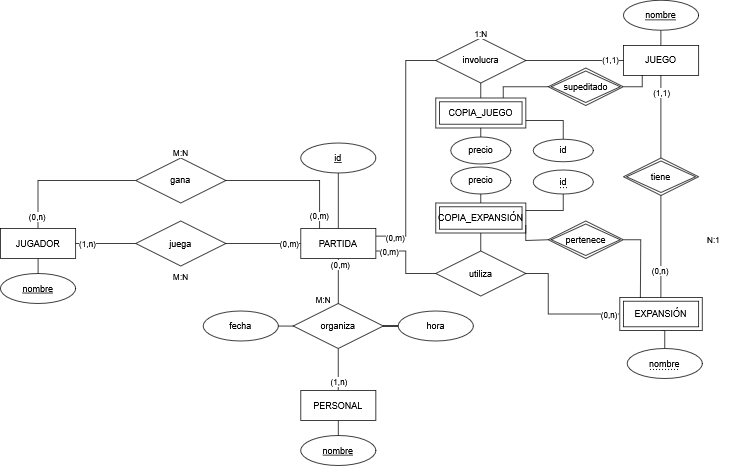
Before: E-R.png, a diagram exported from draw.io (miguel-mxrxrx04/BBDD_MJA). Source tidied: cells renumbered, new cells last; positions are measured from the earlier drawing's top-left corner, leaving out a move shared by most shapes.
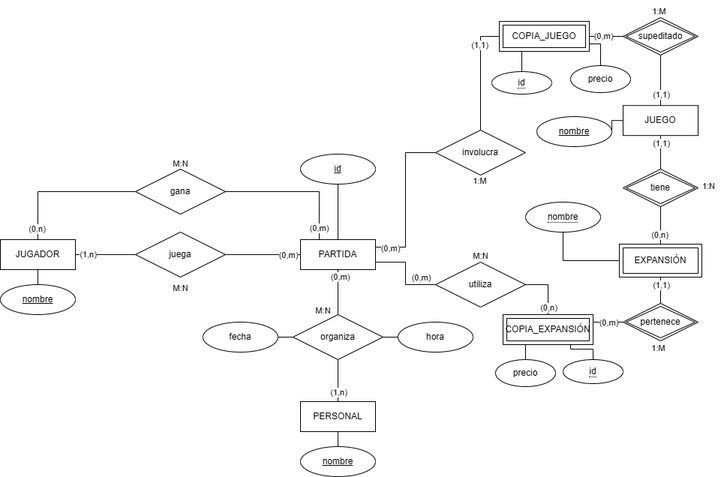
After the change.

What changed in the source:
```diff
@@ -41,7 +41,7 @@
     </mxCell>
     <mxCell id="12" value="(0,m)" style="edgeLabel;html=1;align=center;verticalAlign=middle;fontFamily=Helvetica;fontSize=11;fontColor=default;labelBackgroundColor=default;" parent="11" vertex="1">
       <mxGeometry x="-0.79" relative="1" as="geometry">
-        <mxPoint x="6" as="offset" />
+        <mxPoint x="49" y="20" as="offset" />
       </mxGeometry>
     </mxCell>
     <mxCell id="13" style="edgeStyle=orthogonalEdgeStyle;shape=connector;rounded=0;jettySize=auto;html=1;exitX=1;exitY=0.25;exitDx=0;exitDy=0;entryX=0;entryY=0.5;entryDx=0;entryDy=0;strokeColor=default;align=center;verticalAlign=middle;fontFamily=Helvetica;fontSize=11;fontColor=default;labelBackgroundColor=default;endArrow=none;" parent="1" edge="1" source="15" target="28">
@@ -85,20 +85,17 @@
     <mxCell id="23" value="PERSONAL" style="whiteSpace=wrap;html=1;align=center;" parent="1" vertex="1">
       <mxGeometry x="400" y="520" width="100" height="40" as="geometry" />
     </mxCell>
-    <mxCell id="24" style="edgeStyle=orthogonalEdgeStyle;rounded=0;jettySize=auto;html=1;exitX=0.5;exitY=0;exitDx=0;exitDy=0;entryX=0.5;entryY=1;entryDx=0;entryDy=0;endArrow=none;startFill=0;" parent="1" edge="1" source="25" target="37">
+    <mxCell id="24" style="edgeStyle=orthogonalEdgeStyle;rounded=0;jettySize=auto;html=1;exitX=0;exitY=0.5;exitDx=0;exitDy=0;entryX=1;entryY=0.5;entryDx=0;entryDy=0;endArrow=none;startFill=0;" parent="1" edge="1" source="25" target="37">
       <mxGeometry relative="1" as="geometry" />
     </mxCell>
+    <mxCell id="76" style="edgeStyle=orthogonalEdgeStyle;rounded=0;jettySize=auto;html=1;endArrow=none;startFill=0;" parent="1" edge="1" source="25" target="35">
+      <mxGeometry relative="1" as="geometry" />
+    </mxCell>
     <mxCell id="25" value="JUEGO" style="whiteSpace=wrap;html=1;align=center;" parent="1" vertex="1">
-      <mxGeometry x="830" y="60" width="100" height="40" as="geometry" />
+      <mxGeometry x="830" y="125.2" width="100" height="40" as="geometry" />
     </mxCell>
-    <mxCell id="26" style="edgeStyle=orthogonalEdgeStyle;rounded=0;jettySize=auto;html=1;exitX=1;exitY=0.5;exitDx=0;exitDy=0;entryX=0;entryY=0.5;entryDx=0;entryDy=0;endArrow=none;startFill=0;" parent="1" edge="1" source="28" target="25">
-      <mxGeometry relative="1" as="geometry" />
-    </mxCell>
-    <mxCell id="27" value="(1,1)" style="edgeLabel;html=1;align=center;verticalAlign=middle;fontFamily=Helvetica;fontSize=11;fontColor=default;labelBackgroundColor=default;" parent="26" vertex="1">
-      <mxGeometry x="0.72" y="1" relative="1" as="geometry" />
-    </mxCell>
     <mxCell id="28" value="involucra" style="shape=rhombus;perimeter=rhombusPerimeter;whiteSpace=wrap;html=1;align=center;" parent="1" vertex="1">
-      <mxGeometry x="580" y="50" width="120" height="60" as="geometry" />
+      <mxGeometry x="580" y="158" width="120" height="60" as="geometry" />
     </mxCell>
     <mxCell id="29" style="edgeStyle=orthogonalEdgeStyle;rounded=0;jettySize=auto;html=1;endArrow=none;startFill=0;" parent="1" edge="1" source="32" target="35">
       <mxGeometry relative="1" as="geometry" />
@@ -106,11 +103,11 @@
     <mxCell id="30" value="(0,n)" style="edgeLabel;html=1;align=center;verticalAlign=middle;fontFamily=Helvetica;fontSize=11;fontColor=default;labelBackgroundColor=default;" parent="29" vertex="1">
       <mxGeometry x="-0.48" y="2" relative="1" as="geometry" />
     </mxCell>
-    <mxCell id="31" style="edgeStyle=orthogonalEdgeStyle;rounded=0;jettySize=auto;html=1;exitX=0.5;exitY=1;exitDx=0;exitDy=0;entryX=0.5;entryY=0;entryDx=0;entryDy=0;endArrow=none;startFill=0;" parent="1" edge="1" source="32" target="39">
+    <mxCell id="31" style="edgeStyle=orthogonalEdgeStyle;rounded=0;jettySize=auto;html=1;exitX=0;exitY=0.5;exitDx=0;exitDy=0;entryX=0.5;entryY=1;entryDx=0;entryDy=0;endArrow=none;startFill=0;" parent="1" edge="1" source="32" target="39">
       <mxGeometry relative="1" as="geometry" />
     </mxCell>
     <mxCell id="32" value="EXPANSIÓN" style="shape=ext;margin=3;double=1;whiteSpace=wrap;html=1;align=center;" parent="1" vertex="1">
-      <mxGeometry x="825" y="396" width="110" height="44" as="geometry" />
+      <mxGeometry x="825" y="310" width="110" height="44" as="geometry" />
     </mxCell>
     <mxCell id="33" style="edgeStyle=orthogonalEdgeStyle;rounded=0;jettySize=auto;html=1;exitX=0.5;exitY=0;exitDx=0;exitDy=0;entryX=0.5;entryY=1;entryDx=0;entryDy=0;endArrow=none;startFill=0;" parent="1" edge="1" source="35" target="25">
       <mxGeometry relative="1" as="geometry" />
@@ -127,13 +124,13 @@
       <mxGeometry y="364" width="100" height="40" as="geometry" />
     </mxCell>
     <mxCell id="37" value="nombre" style="ellipse;whiteSpace=wrap;html=1;align=center;fontStyle=4;" parent="1" vertex="1">
-      <mxGeometry x="830" width="100" height="40" as="geometry" />
+      <mxGeometry x="715" y="140" width="100" height="40" as="geometry" />
     </mxCell>
     <mxCell id="38" value="nombre" style="ellipse;whiteSpace=wrap;html=1;align=center;fontStyle=4;" parent="1" vertex="1">
       <mxGeometry x="400" y="580" width="100" height="40" as="geometry" />
     </mxCell>
     <mxCell id="39" value="&lt;span style=&quot;border-bottom: 1px dotted&quot;&gt;nombre&lt;/span&gt;" style="ellipse;whiteSpace=wrap;html=1;align=center;" parent="1" vertex="1">
-      <mxGeometry x="835" y="464" width="100" height="40" as="geometry" />
+      <mxGeometry x="700" y="254" width="100" height="40" as="geometry" />
     </mxCell>
     <mxCell id="40" value="fecha" style="ellipse;whiteSpace=wrap;html=1;align=center;" parent="1" vertex="1">
       <mxGeometry x="270" y="414" width="100" height="40" as="geometry" />
@@ -163,19 +160,6 @@
         <mxPoint x="-412" y="-75" as="offset" />
       </mxGeometry>
     </mxCell>
-    <mxCell id="48" style="edgeStyle=orthogonalEdgeStyle;shape=connector;rounded=0;jettySize=auto;html=1;exitX=1;exitY=0.5;exitDx=0;exitDy=0;entryX=0;entryY=0.5;entryDx=0;entryDy=0;strokeColor=default;align=center;verticalAlign=middle;fontFamily=Helvetica;fontSize=11;fontColor=default;labelBackgroundColor=default;endArrow=none;" parent="1" edge="1" source="50" target="32">
-      <mxGeometry relative="1" as="geometry">
-        <Array as="points">
-          <mxPoint x="730" y="364" />
-          <mxPoint x="730" y="418" />
-        </Array>
-      </mxGeometry>
-    </mxCell>
-    <mxCell id="49" value="(0,n)" style="edgeLabel;html=1;align=center;verticalAlign=middle;fontFamily=Helvetica;fontSize=11;fontColor=default;labelBackgroundColor=default;" parent="48" vertex="1">
-      <mxGeometry x="0.76" y="2" relative="1" as="geometry">
-        <mxPoint x="6" y="2" as="offset" />
-      </mxGeometry>
-    </mxCell>
     <mxCell id="50" value="utiliza" style="shape=rhombus;perimeter=rhombusPerimeter;whiteSpace=wrap;html=1;align=center;" parent="1" vertex="1">
       <mxGeometry x="580" y="334" width="120" height="60" as="geometry" />
     </mxCell>
@@ -195,92 +179,108 @@
         <mxPoint x="-126" y="15" as="offset" />
       </mxGeometry>
     </mxCell>
-    <mxCell id="55" value="1:N" style="text;html=1;align=center;verticalAlign=middle;strokeColor=none;fillColor=none;fontFamily=Helvetica;fontSize=11;fontColor=default;labelBackgroundColor=default;" parent="1" vertex="1">
-      <mxGeometry x="620" y="30" width="40" height="30" as="geometry" />
-    </mxCell>
-    <mxCell id="56" value="N:1" style="text;html=1;align=center;verticalAlign=middle;strokeColor=none;fillColor=none;fontFamily=Helvetica;fontSize=11;fontColor=default;labelBackgroundColor=default;" parent="1" vertex="1">
-      <mxGeometry x="930" y="304" width="40" height="30" as="geometry" />
-    </mxCell>
     <mxCell id="57" value="M:N" style="text;html=1;align=center;verticalAlign=middle;strokeColor=none;fillColor=none;fontFamily=Helvetica;fontSize=11;fontColor=default;labelBackgroundColor=default;" parent="1" vertex="1">
       <mxGeometry x="220" y="354" width="40" height="30" as="geometry" />
     </mxCell>
     <mxCell id="58" value="COPIA_JUEGO" style="shape=ext;margin=3;double=1;whiteSpace=wrap;html=1;align=center;" parent="1" vertex="1">
-      <mxGeometry x="580" y="130" width="120" height="40" as="geometry" />
+      <mxGeometry x="665" y="13" width="120" height="40" as="geometry" />
     </mxCell>
     <mxCell id="59" value="COPIA_EXPANSIÓN" style="shape=ext;margin=3;double=1;whiteSpace=wrap;html=1;align=center;" parent="1" vertex="1">
-      <mxGeometry x="580" y="270" width="120" height="40" as="geometry" />
+      <mxGeometry x="670" y="404" width="120" height="40" as="geometry" />
     </mxCell>
     <mxCell id="60" value="precio" style="ellipse;whiteSpace=wrap;html=1;align=center;" parent="1" vertex="1">
-      <mxGeometry x="600" y="222" width="80" height="36" as="geometry" />
+      <mxGeometry x="660" y="464" width="80" height="36" as="geometry" />
     </mxCell>
-    <mxCell id="61" style="edgeStyle=orthogonalEdgeStyle;rounded=0;jettySize=auto;html=1;endArrow=none;startFill=0;entryX=0.5;entryY=1;entryDx=0;entryDy=0;exitX=0.5;exitY=0;exitDx=0;exitDy=0;" parent="1" edge="1" source="50" target="59">
+    <mxCell id="61" style="edgeStyle=orthogonalEdgeStyle;rounded=0;jettySize=auto;html=1;endArrow=none;startFill=0;entryX=0.5;entryY=0;entryDx=0;entryDy=0;exitX=1;exitY=0.5;exitDx=0;exitDy=0;" parent="1" edge="1" source="50" target="59">
       <mxGeometry relative="1" as="geometry" />
     </mxCell>
-    <mxCell id="62" style="edgeStyle=orthogonalEdgeStyle;rounded=0;jettySize=auto;html=1;endArrow=none;startFill=0;entryX=0.5;entryY=1;entryDx=0;entryDy=0;exitX=0.5;exitY=0;exitDx=0;exitDy=0;" parent="1" edge="1" source="58" target="28">
+    <mxCell id="62" style="edgeStyle=orthogonalEdgeStyle;rounded=0;jettySize=auto;html=1;endArrow=none;startFill=0;entryX=0.5;entryY=0;entryDx=0;entryDy=0;exitX=0;exitY=0.5;exitDx=0;exitDy=0;" parent="1" edge="1" source="58" target="28">
       <mxGeometry relative="1" as="geometry" />
     </mxCell>
     <mxCell id="63" value="&lt;span style=&quot;border-bottom: 1px dotted&quot;&gt;id&lt;/span&gt;" style="ellipse;whiteSpace=wrap;html=1;align=center;" parent="1" vertex="1">
-      <mxGeometry x="710" y="185" width="80" height="30" as="geometry" />
+      <mxGeometry x="655" y="80" width="80" height="30" as="geometry" />
     </mxCell>
     <mxCell id="64" value="&lt;span style=&quot;border-bottom: 1px dotted&quot;&gt;id&lt;/span&gt;" style="ellipse;whiteSpace=wrap;html=1;align=center;" parent="1" vertex="1">
-      <mxGeometry x="710" y="226" width="80" height="32" as="geometry" />
+      <mxGeometry x="750" y="464" width="80" height="32" as="geometry" />
     </mxCell>
     <mxCell id="65" value="precio" style="ellipse;whiteSpace=wrap;html=1;align=center;" parent="1" vertex="1">
-      <mxGeometry x="600" y="182" width="80" height="36" as="geometry" />
+      <mxGeometry x="760" y="72" width="80" height="36" as="geometry" />
     </mxCell>
-    <mxCell id="66" style="endArrow=none;html=1;rounded=0;entryX=1;entryY=0.75;entryDx=0;entryDy=0;exitX=0.5;exitY=0;exitDx=0;exitDy=0;" parent="1" edge="1" source="63" target="58">
-      <mxGeometry relative="1" as="geometry">
-        <Array as="points">
-          <mxPoint x="750" y="160" />
-        </Array>
-      </mxGeometry>
+    <mxCell id="66" style="endArrow=none;html=1;rounded=0;entryX=0.25;entryY=1;entryDx=0;entryDy=0;exitX=0.5;exitY=0;exitDx=0;exitDy=0;" parent="1" edge="1" source="63" target="58">
+      <mxGeometry relative="1" as="geometry" />
     </mxCell>
-    <mxCell id="67" style="endArrow=none;html=1;rounded=0;entryX=0.5;entryY=1;entryDx=0;entryDy=0;exitX=0.5;exitY=0;exitDx=0;exitDy=0;" parent="1" edge="1" source="65" target="58">
-      <mxGeometry relative="1" as="geometry" />
+    <mxCell id="67" style="endArrow=none;html=1;rounded=0;exitX=0.5;exitY=0;exitDx=0;exitDy=0;entryX=1;entryY=0.75;entryDx=0;entryDy=0;" parent="1" edge="1" source="65" target="58">
+      <mxGeometry relative="1" as="geometry">
+        <Array as="points">
+          <mxPoint x="800" y="43" />
+        </Array>
+      </mxGeometry>
     </mxCell>
-    <mxCell id="68" style="endArrow=none;html=1;rounded=0;exitX=0.5;exitY=0;exitDx=0;exitDy=0;entryX=0.5;entryY=1;entryDx=0;entryDy=0;" parent="1" edge="1" source="59" target="60">
+    <mxCell id="68" style="endArrow=none;html=1;rounded=0;exitX=0.25;exitY=1;exitDx=0;exitDy=0;entryX=0.5;entryY=0;entryDx=0;entryDy=0;" parent="1" edge="1" source="59" target="60">
       <mxGeometry relative="1" as="geometry" />
     </mxCell>
-    <mxCell id="69" style="endArrow=none;html=1;rounded=0;entryX=0.5;entryY=1;entryDx=0;entryDy=0;exitX=1;exitY=0.25;exitDx=0;exitDy=0;" parent="1" edge="1" source="59" target="64">
+    <mxCell id="69" style="endArrow=none;html=1;rounded=0;entryX=0.5;entryY=0;entryDx=0;entryDy=0;exitX=0.75;exitY=1;exitDx=0;exitDy=0;" parent="1" edge="1" source="59" target="64">
       <mxGeometry relative="1" as="geometry">
         <Array as="points">
-          <mxPoint x="750" y="280" />
+          <mxPoint x="760" y="450" />
+          <mxPoint x="790" y="450" />
         </Array>
       </mxGeometry>
     </mxCell>
     <mxCell id="70" value="pertenece" style="shape=rhombus;double=1;perimeter=rhombusPerimeter;whiteSpace=wrap;html=1;align=center;" parent="1" vertex="1">
-      <mxGeometry x="730" y="294" width="100" height="50" as="geometry" />
+      <mxGeometry x="830" y="389" width="100" height="50" as="geometry" />
     </mxCell>
-    <mxCell id="71" style="endArrow=none;html=1;rounded=0;exitX=1;exitY=0.75;exitDx=0;exitDy=0;entryX=0;entryY=0.5;entryDx=0;entryDy=0;" parent="1" edge="1" source="59" target="70">
-      <mxGeometry relative="1" as="geometry">
-        <Array as="points">
-          <mxPoint x="700" y="320" />
-        </Array>
-      </mxGeometry>
+    <mxCell id="71" style="endArrow=none;html=1;rounded=0;exitX=1;exitY=0.25;exitDx=0;exitDy=0;entryX=0;entryY=0.5;entryDx=0;entryDy=0;" parent="1" edge="1" source="59" target="70">
+      <mxGeometry relative="1" as="geometry" />
     </mxCell>
-    <mxCell id="72" style="endArrow=none;html=1;rounded=0;entryX=1;entryY=0.5;entryDx=0;entryDy=0;exitX=0.25;exitY=0;exitDx=0;exitDy=0;" parent="1" edge="1" source="32" target="70">
-      <mxGeometry relative="1" as="geometry">
-        <Array as="points">
-          <mxPoint x="853" y="319" />
-        </Array>
-      </mxGeometry>
+    <mxCell id="72" style="endArrow=none;html=1;rounded=0;entryX=0.5;entryY=0;entryDx=0;entryDy=0;exitX=0.5;exitY=1;exitDx=0;exitDy=0;" parent="1" edge="1" source="32" target="70">
+      <mxGeometry relative="1" as="geometry" />
     </mxCell>
     <mxCell id="73" value="supeditado" style="shape=rhombus;double=1;perimeter=rhombusPerimeter;whiteSpace=wrap;html=1;align=center;" parent="1" vertex="1">
-      <mxGeometry x="730" y="90" width="100" height="50" as="geometry" />
+      <mxGeometry x="830" y="8" width="100" height="50" as="geometry" />
     </mxCell>
-    <mxCell id="74" style="endArrow=none;html=1;rounded=0;entryX=0.75;entryY=0;entryDx=0;entryDy=0;exitX=0;exitY=0.5;exitDx=0;exitDy=0;" parent="1" edge="1" source="73" target="58">
-      <mxGeometry relative="1" as="geometry">
-        <Array as="points">
-          <mxPoint x="670" y="115" />
-        </Array>
-      </mxGeometry>
+    <mxCell id="74" style="endArrow=none;html=1;rounded=0;entryX=1;entryY=0.5;entryDx=0;entryDy=0;exitX=0;exitY=0.5;exitDx=0;exitDy=0;" parent="1" edge="1" source="73" target="58">
+      <mxGeometry relative="1" as="geometry" />
     </mxCell>
-    <mxCell id="75" style="endArrow=none;html=1;rounded=0;entryX=1;entryY=0.5;entryDx=0;entryDy=0;exitX=0.25;exitY=1;exitDx=0;exitDy=0;" parent="1" edge="1" source="25" target="73">
+    <mxCell id="75" style="endArrow=none;html=1;rounded=0;entryX=0.5;entryY=1;entryDx=0;entryDy=0;exitX=0.5;exitY=0;exitDx=0;exitDy=0;" parent="1" edge="1" source="25" target="73">
       <mxGeometry relative="1" as="geometry">
         <Array as="points">
-          <mxPoint x="855" y="115" />
+          <mxPoint x="880" y="115" />
         </Array>
       </mxGeometry>
     </mxCell>
+    <mxCell id="77" value="(0,m)" style="edgeLabel;html=1;align=center;verticalAlign=middle;fontFamily=Helvetica;fontSize=11;fontColor=default;labelBackgroundColor=default;" parent="1" vertex="1">
+      <mxGeometry x="810" y="414" as="geometry" />
+    </mxCell>
+    <mxCell id="78" value="(1,1)" style="edgeLabel;html=1;align=center;verticalAlign=middle;fontFamily=Helvetica;fontSize=11;fontColor=default;labelBackgroundColor=default;" parent="1" vertex="1">
+      <mxGeometry x="880" y="364" as="geometry" />
+    </mxCell>
+    <mxCell id="79" value="(1,1)" style="edgeLabel;html=1;align=center;verticalAlign=middle;fontFamily=Helvetica;fontSize=11;fontColor=default;labelBackgroundColor=default;" parent="1" vertex="1">
+      <mxGeometry x="880" y="110" as="geometry" />
+    </mxCell>
+    <mxCell id="80" value="(0,m)" style="edgeLabel;html=1;align=center;verticalAlign=middle;fontFamily=Helvetica;fontSize=11;fontColor=default;labelBackgroundColor=default;" parent="1" vertex="1">
+      <mxGeometry x="803" y="32" as="geometry" />
+    </mxCell>
+    <mxCell id="49" value="(0,n)" style="edgeLabel;html=1;align=center;verticalAlign=middle;fontFamily=Helvetica;fontSize=11;fontColor=default;labelBackgroundColor=default;" parent="1" vertex="1">
+      <mxGeometry x="730" y="394" as="geometry" />
+    </mxCell>
+    <mxCell id="81" value="M:N" style="text;html=1;align=center;verticalAlign=middle;strokeColor=none;fillColor=none;fontFamily=Helvetica;fontSize=11;fontColor=default;labelBackgroundColor=default;" parent="1" vertex="1">
+      <mxGeometry x="620" y="311" width="40" height="30" as="geometry" />
+    </mxCell>
+    <mxCell id="82" value="1:M" style="text;html=1;align=center;verticalAlign=middle;strokeColor=none;fillColor=none;fontFamily=Helvetica;fontSize=11;fontColor=default;labelBackgroundColor=default;" parent="1" vertex="1">
+      <mxGeometry x="857" y="434" width="40" height="30" as="geometry" />
+    </mxCell>
+    <mxCell id="55" value="1:N" style="text;html=1;align=center;verticalAlign=middle;strokeColor=none;fillColor=none;fontFamily=Helvetica;fontSize=11;fontColor=default;labelBackgroundColor=default;" parent="1" vertex="1">
+      <mxGeometry x="924" y="218" width="40" height="30" as="geometry" />
+    </mxCell>
+    <mxCell id="83" value="(1,1)" style="edgeLabel;html=1;align=center;verticalAlign=middle;fontFamily=Helvetica;fontSize=11;fontColor=default;labelBackgroundColor=default;" parent="1" vertex="1">
+      <mxGeometry x="638" y="44" as="geometry" />
+    </mxCell>
+    <mxCell id="84" value="1:M" style="text;html=1;align=center;verticalAlign=middle;strokeColor=none;fillColor=none;fontFamily=Helvetica;fontSize=11;fontColor=default;labelBackgroundColor=default;" parent="1" vertex="1">
+      <mxGeometry x="619" y="211" width="40" height="30" as="geometry" />
+    </mxCell>
+    <mxCell id="85" value="1:M" style="text;html=1;align=center;verticalAlign=middle;strokeColor=none;fillColor=none;fontFamily=Helvetica;fontSize=11;fontColor=default;labelBackgroundColor=default;" parent="1" vertex="1">
+      <mxGeometry x="858" y="-15" width="40" height="30" as="geometry" />
+    </mxCell>
   </root>
 </mxGraphModel>
```
